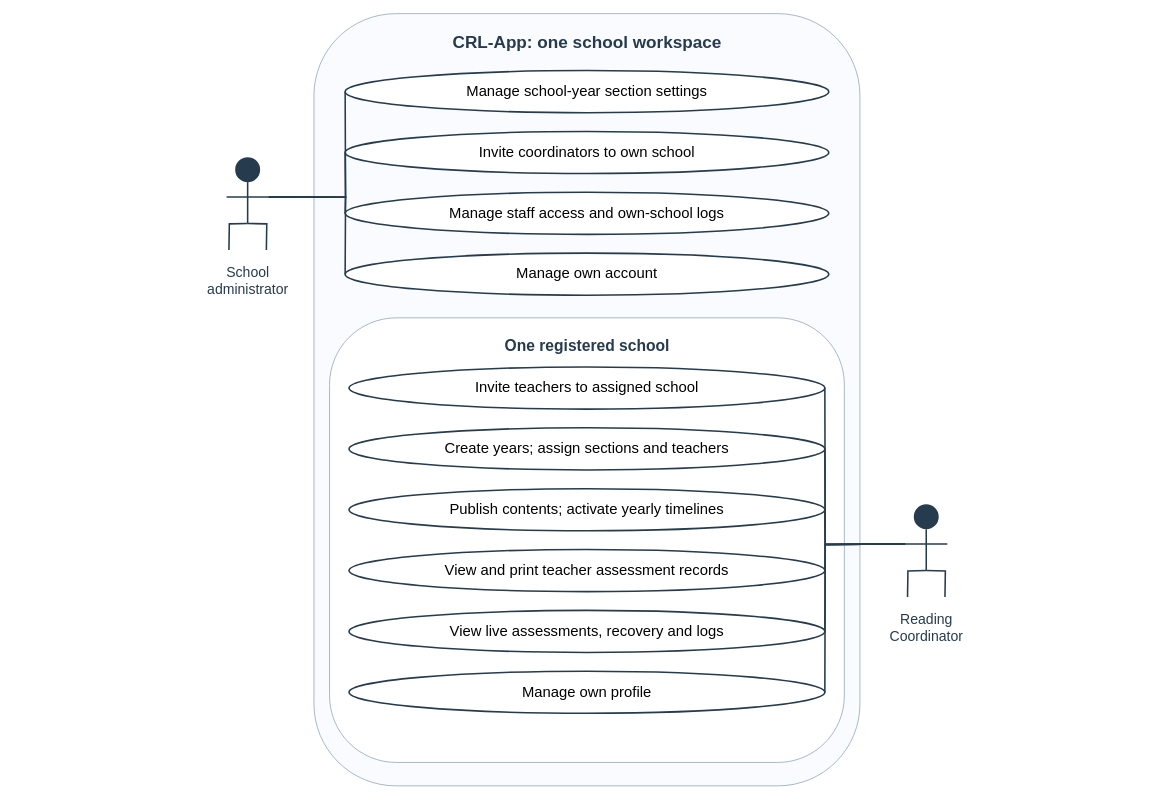
The draw.io diagram docs/diagrams/class-workspaces/figure-07-admin-use-cases.drawio in AkuSayangKamuJudaSayang/crl-app, before the edit. Source tidied: cells renumbered, new cells numbered last; positions are measured from the earlier drawing's top-left corner, leaving out a move shared by most shapes. Both pictures are drawn from the tidied source at 78%, with x=0, y=0 at pixel (13, 13).
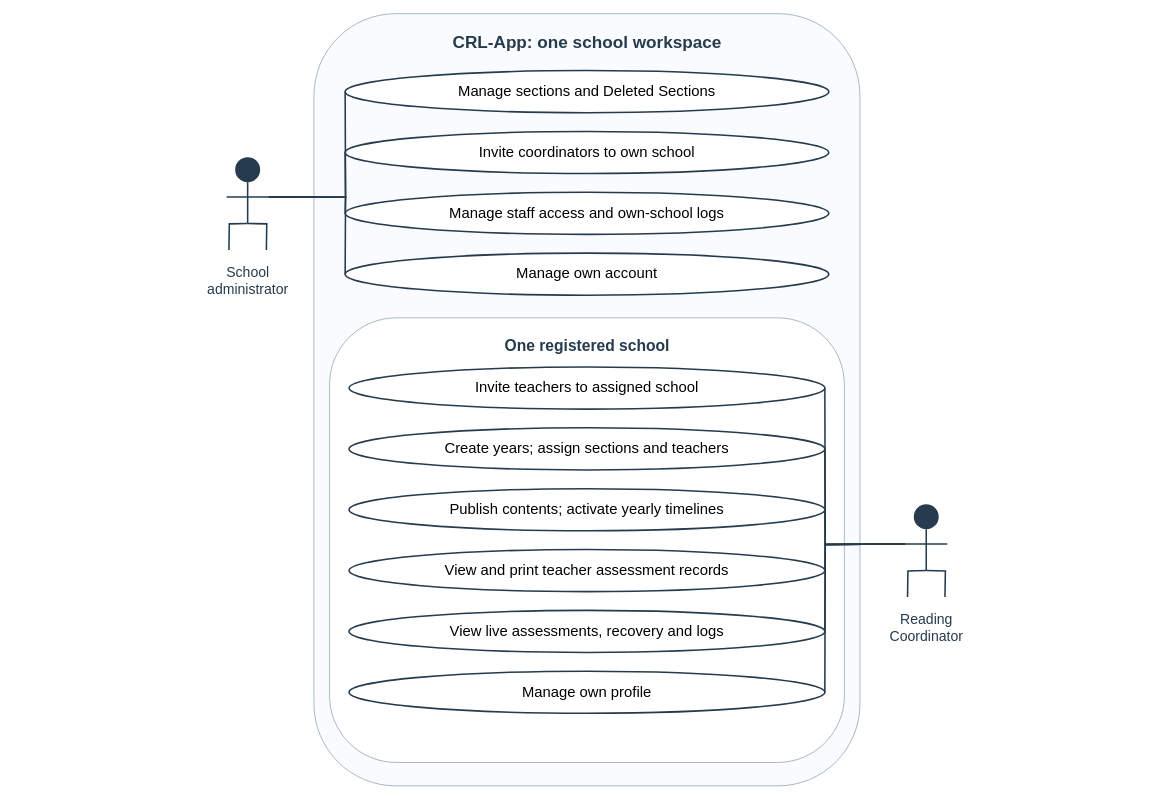
After the change.

Change to the diagram source:
```diff
@@
-    <mxCell id="6" value="Manage school-year section settings" style="rounded=1;whiteSpace=wrap;html=1;fillColor=#ffffff;strokeColor=#263b4d;strokeWidth=2;fontSize=19;shape=ellipse;" parent="1" vertex="1">
+    <mxCell id="6" value="Manage sections and Deleted Sections" style="rounded=1;whiteSpace=wrap;html=1;fillColor=#ffffff;strokeColor=#263b4d;strokeWidth=2;fontSize=19;shape=ellipse;" parent="1" vertex="1">
       <mxGeometry x="425" y="73" width="620" height="54" as="geometry" />
     </mxCell>
```
